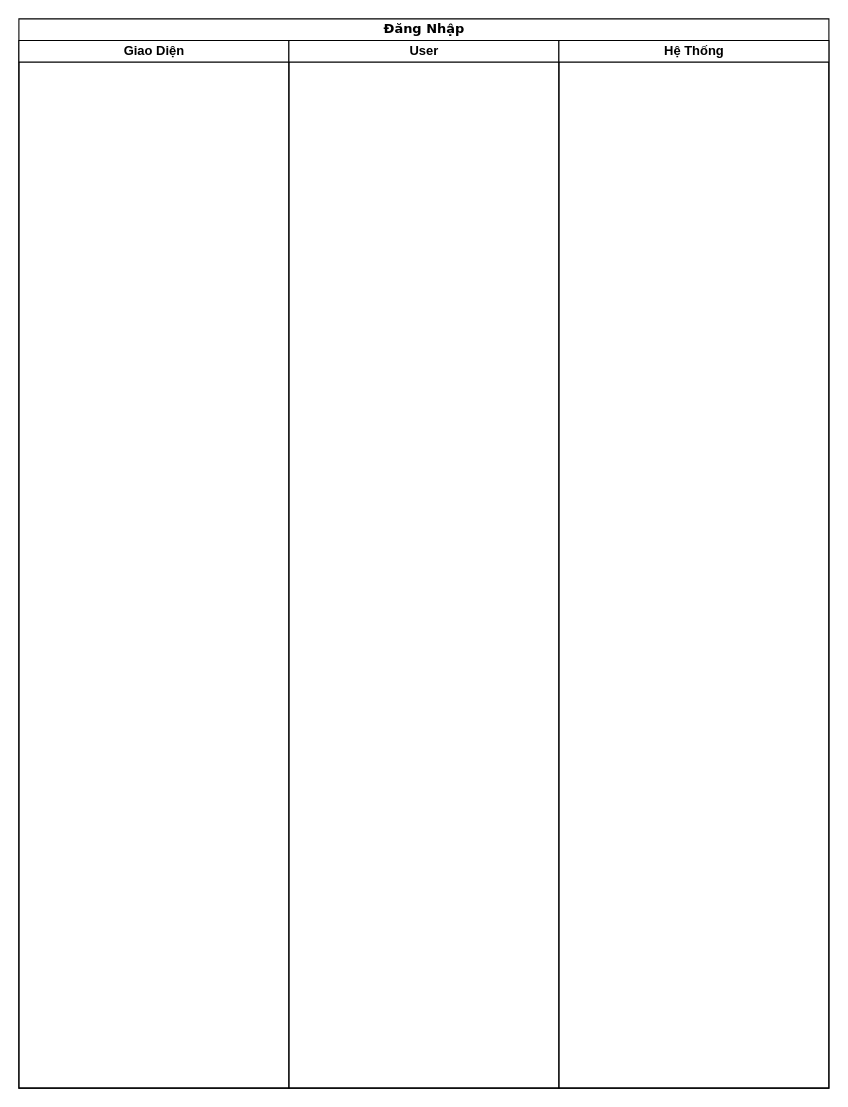
The draw.io diagram UML/Untitled Diagram.drawio in AnPH13/ANDROID, before the edit. Source tidied: cells renumbered, new cells numbered last; positions are measured from the earlier drawing's top-left corner, leaving out a move shared by most shapes. Both pictures are drawn from the tidied source at 108%, with x=0, y=0 at pixel (18, 18).
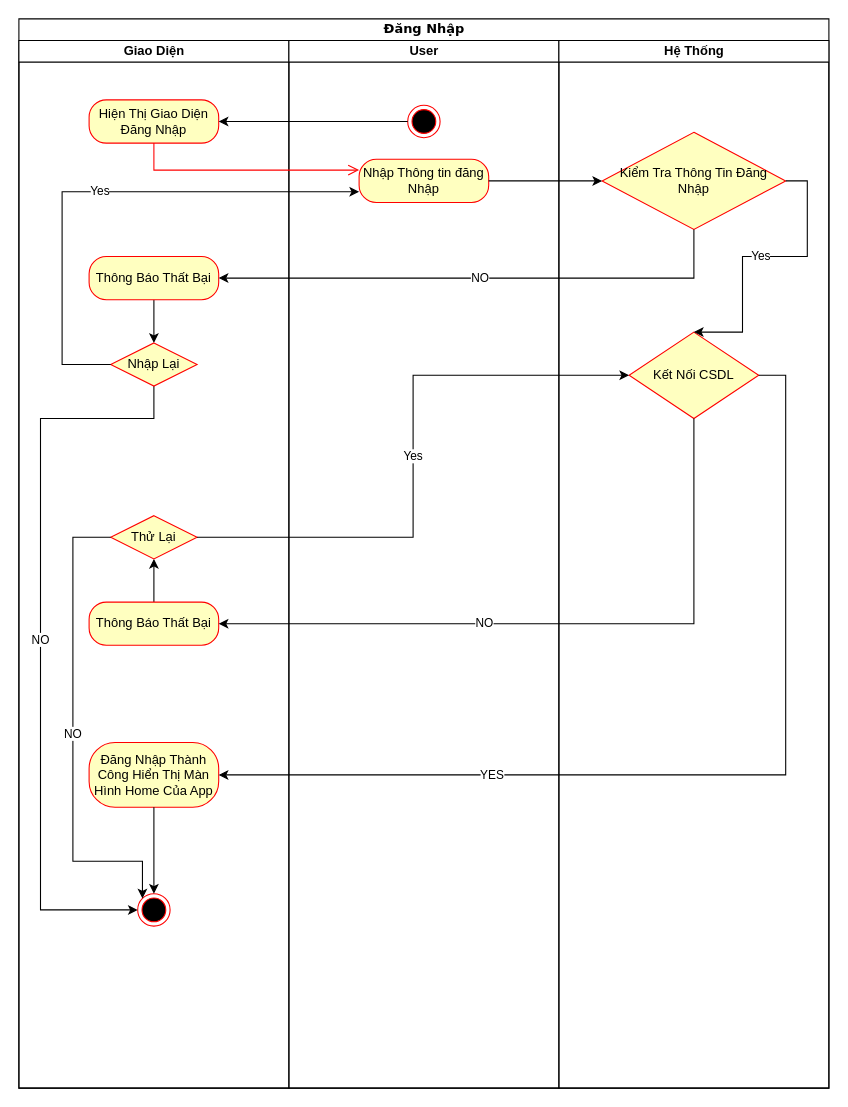
The same diagram, later.

The change refers to these unchanged cells:
```xml
<mxCell id="2" value="Đăng Nhập" style="swimlane;html=1;startSize=20;rounded=0;shadow=0;comic=0;labelBackgroundColor=none;strokeWidth=1;fontFamily=Verdana;fontSize=12;align=center;" parent="1" vertex="1">
  <mxGeometry width="750" height="990" as="geometry" />
</mxCell>
<mxCell id="3" value="Giao Diện" style="swimlane;html=1;startSize=20;" parent="2" vertex="1">
  <mxGeometry y="20" width="250" height="970" as="geometry" />
</mxCell>
<mxCell id="4" value="User" style="swimlane;html=1;startSize=20;" parent="2" vertex="1">
  <mxGeometry x="250" y="20" width="250" height="970" as="geometry" />
</mxCell>
<mxCell id="5" value="Hệ Thống" style="swimlane;html=1;startSize=20;" parent="2" vertex="1">
  <mxGeometry x="500" y="20" width="250" height="970" as="geometry" />
</mxCell>
```

Change to the diagram source:
```diff
@@
+    <mxCell id="6" value="Hiện Thị Giao Diện Đăng Nhập" style="rounded=1;whiteSpace=wrap;html=1;arcSize=40;fontColor=#000000;fillColor=#ffffc0;strokeColor=#ff0000;" parent="3" vertex="1">
+      <mxGeometry x="65" y="55" width="120" height="40" as="geometry" />
+    </mxCell>
+    <mxCell id="7" style="edgeStyle=orthogonalEdgeStyle;rounded=0;jettySize=auto;html=1;" parent="3" edge="1" source="8" target="10">
+      <mxGeometry relative="1" as="geometry" />
+    </mxCell>
+    <mxCell id="8" value="Thông Báo Thất Bại" style="rounded=1;whiteSpace=wrap;html=1;arcSize=40;fontColor=#000000;fillColor=#ffffc0;strokeColor=#ff0000;" parent="3" vertex="1">
+      <mxGeometry x="65" y="200" width="120" height="40" as="geometry" />
+    </mxCell>
+    <mxCell id="9" value="NO" style="edgeStyle=orthogonalEdgeStyle;rounded=0;jettySize=auto;html=1;entryX=0;entryY=0.5;entryDx=0;entryDy=0;" parent="3" edge="1" source="10" target="14">
+      <mxGeometry relative="1" as="geometry">
+        <Array as="points">
+          <mxPoint x="125" y="350" />
+          <mxPoint x="20" y="350" />
+          <mxPoint x="20" y="805" />
+        </Array>
+      </mxGeometry>
+    </mxCell>
+    <mxCell id="10" value="Nhập Lại" style="rhombus;whiteSpace=wrap;html=1;fillColor=#ffffc0;strokeColor=#ff0000;" parent="3" vertex="1">
+      <mxGeometry x="85" y="280" width="80" height="40" as="geometry" />
+    </mxCell>
+    <mxCell id="11" style="edgeStyle=orthogonalEdgeStyle;rounded=0;jettySize=auto;html=1;entryX=0.5;entryY=1;entryDx=0;entryDy=0;" parent="3" edge="1" source="12" target="13">
+      <mxGeometry relative="1" as="geometry" />
+    </mxCell>
+    <mxCell id="12" value="Thông Báo Thất Bại" style="rounded=1;whiteSpace=wrap;html=1;arcSize=40;fontColor=#000000;fillColor=#ffffc0;strokeColor=#ff0000;" parent="3" vertex="1">
+      <mxGeometry x="65" y="520" width="120" height="40" as="geometry" />
+    </mxCell>
+    <mxCell id="13" value="Thử Lại" style="rhombus;whiteSpace=wrap;html=1;fillColor=#ffffc0;strokeColor=#ff0000;" parent="3" vertex="1">
+      <mxGeometry x="85" y="440" width="80" height="40" as="geometry" />
+    </mxCell>
+    <mxCell id="14" style="ellipse;html=1;shape=endState;fillColor=#000000;strokeColor=#ff0000;" parent="3" vertex="1">
+      <mxGeometry x="110" y="790" width="30" height="30" as="geometry" />
+    </mxCell>
+    <mxCell id="15" value="NO" style="edgeStyle=orthogonalEdgeStyle;rounded=0;jettySize=auto;html=1;entryX=0;entryY=0;entryDx=0;entryDy=0;" parent="3" edge="1" source="13" target="14">
+      <mxGeometry relative="1" as="geometry">
+        <Array as="points">
+          <mxPoint x="50" y="460" />
+          <mxPoint x="50" y="760" />
+          <mxPoint x="114" y="760" />
+        </Array>
+      </mxGeometry>
+    </mxCell>
+    <mxCell id="16" value="Đăng Nhập Thành Công Hiển Thị Màn Hình Home Của App" style="rounded=1;whiteSpace=wrap;html=1;arcSize=40;fontColor=#000000;fillColor=#ffffc0;strokeColor=#ff0000;" parent="3" vertex="1">
+      <mxGeometry x="65" y="650" width="120" height="60" as="geometry" />
+    </mxCell>
@@
+    <mxCell id="17" style="ellipse;html=1;shape=endState;fillColor=#000000;strokeColor=#ff0000;" parent="4" vertex="1">
+      <mxGeometry x="110" y="60" width="30" height="30" as="geometry" />
+    </mxCell>
+    <mxCell id="18" value="Nhập Thông tin đăng Nhập" style="rounded=1;whiteSpace=wrap;html=1;arcSize=40;fontColor=#000000;fillColor=#ffffc0;strokeColor=#ff0000;" parent="4" vertex="1">
+      <mxGeometry x="65" y="110" width="120" height="40" as="geometry" />
+    </mxCell>
@@
+    <mxCell id="19" value="Kiểm Tra Thông Tin Đăng Nhập" style="rhombus;whiteSpace=wrap;html=1;fillColor=#ffffc0;strokeColor=#ff0000;" parent="5" vertex="1">
+      <mxGeometry x="40" y="85" width="170" height="90" as="geometry" />
+    </mxCell>
+    <mxCell id="20" value="Kết Nối CSDL" style="rhombus;whiteSpace=wrap;html=1;fillColor=#ffffc0;strokeColor=#ff0000;" parent="5" vertex="1">
+      <mxGeometry x="65" y="270" width="120" height="80" as="geometry" />
+    </mxCell>
+    <mxCell id="21" value="Yes" style="edgeStyle=orthogonalEdgeStyle;rounded=0;jettySize=auto;html=1;entryX=0.5;entryY=0;entryDx=0;entryDy=0;" parent="5" edge="1" source="19" target="20">
+      <mxGeometry relative="1" as="geometry">
+        <Array as="points">
+          <mxPoint x="230" y="130" />
+          <mxPoint x="230" y="200" />
+          <mxPoint x="170" y="200" />
+          <mxPoint x="170" y="270" />
+        </Array>
+      </mxGeometry>
+    </mxCell>
+    <mxCell id="22" style="edgeStyle=orthogonalEdgeStyle;rounded=0;jettySize=auto;html=1;entryX=1;entryY=0.5;entryDx=0;entryDy=0;" parent="2" edge="1" source="17" target="6">
+      <mxGeometry relative="1" as="geometry" />
+    </mxCell>
+    <mxCell id="23" style="edgeStyle=orthogonalEdgeStyle;html=1;verticalAlign=bottom;endArrow=open;endSize=8;strokeColor=#ff0000;rounded=0;entryX=0;entryY=0.25;entryDx=0;entryDy=0;" parent="2" edge="1" source="6" target="18">
+      <mxGeometry relative="1" as="geometry">
+        <Array as="points">
+          <mxPoint x="125" y="140" />
+        </Array>
+      </mxGeometry>
+    </mxCell>
+    <mxCell id="24" style="edgeStyle=orthogonalEdgeStyle;rounded=0;jettySize=auto;html=1;entryX=0;entryY=0.5;entryDx=0;entryDy=0;" parent="2" edge="1" source="18" target="19">
+      <mxGeometry relative="1" as="geometry" />
+    </mxCell>
+    <mxCell id="25" value="NO" style="edgeStyle=orthogonalEdgeStyle;rounded=0;jettySize=auto;html=1;entryX=1;entryY=0.5;entryDx=0;entryDy=0;" parent="2" edge="1" source="19" target="8">
+      <mxGeometry relative="1" as="geometry">
+        <Array as="points">
+          <mxPoint x="625" y="240" />
+        </Array>
+      </mxGeometry>
+    </mxCell>
+    <mxCell id="26" value="Yes" style="edgeStyle=orthogonalEdgeStyle;rounded=0;jettySize=auto;html=1;entryX=0;entryY=0.75;entryDx=0;entryDy=0;" parent="2" edge="1" source="10" target="18">
+      <mxGeometry relative="1" as="geometry">
+        <Array as="points">
+          <mxPoint x="40" y="320" />
+          <mxPoint x="40" y="160" />
+        </Array>
+      </mxGeometry>
+    </mxCell>
+    <mxCell id="27" value="NO" style="edgeStyle=orthogonalEdgeStyle;rounded=0;jettySize=auto;html=1;entryX=1;entryY=0.5;entryDx=0;entryDy=0;" parent="2" edge="1" source="20" target="12">
+      <mxGeometry x="0.22" relative="1" as="geometry">
+        <Array as="points">
+          <mxPoint x="625" y="560" />
+        </Array>
+      </mxGeometry>
+    </mxCell>
+    <mxCell id="28" value="Yes" style="edgeStyle=orthogonalEdgeStyle;rounded=0;jettySize=auto;html=1;entryX=0;entryY=0.5;entryDx=0;entryDy=0;" parent="2" edge="1" source="13" target="20">
+      <mxGeometry relative="1" as="geometry" />
+    </mxCell>
+    <mxCell id="29" value="YES" style="edgeStyle=orthogonalEdgeStyle;rounded=0;jettySize=auto;html=1;entryX=1;entryY=0.5;entryDx=0;entryDy=0;" parent="2" edge="1" source="20" target="16">
+      <mxGeometry x="0.45" relative="1" as="geometry">
+        <Array as="points">
+          <mxPoint x="710" y="330" />
+          <mxPoint x="710" y="700" />
+        </Array>
+      </mxGeometry>
+    </mxCell>
+    <mxCell id="30" style="edgeStyle=orthogonalEdgeStyle;rounded=0;jettySize=auto;html=1;" parent="1" edge="1" source="16">
+      <mxGeometry relative="1" as="geometry">
+        <mxPoint x="125" y="810" as="targetPoint" />
+      </mxGeometry>
+    </mxCell>
```
